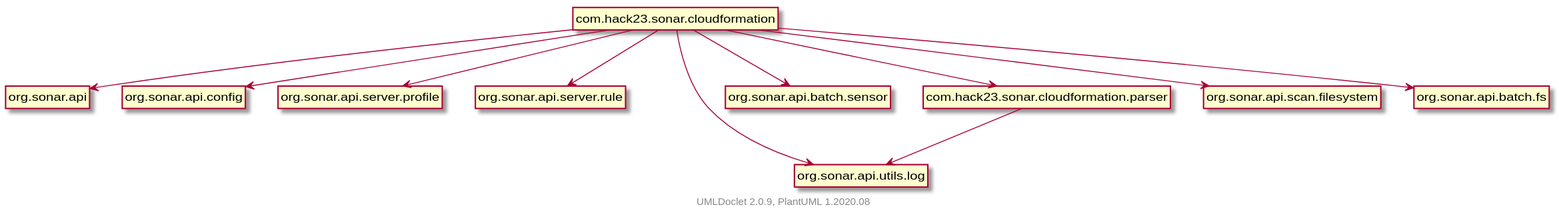
Earlier version of the PlantUML export apidocs/package-dependencies.svg (Hack23/sonar-cloudformation-plugin). Its diagram source:
```plantuml
@startuml
    set namespaceSeparator none
    hide circle
    hide empty fields
    hide empty methods

    com.hack23.sonar.cloudformation --> org.sonar.api
    com.hack23.sonar.cloudformation --> org.sonar.api.config
    com.hack23.sonar.cloudformation --> org.sonar.api.server.profile
    com.hack23.sonar.cloudformation --> org.sonar.api.server.rule
    com.hack23.sonar.cloudformation --> org.sonar.api.utils.log
    com.hack23.sonar.cloudformation --> org.sonar.api.batch.sensor
    com.hack23.sonar.cloudformation --> com.hack23.sonar.cloudformation.parser
    com.hack23.sonar.cloudformation --> org.sonar.api.scan.filesystem
    com.hack23.sonar.cloudformation --> org.sonar.api.batch.fs
    com.hack23.sonar.cloudformation.parser --> org.sonar.api.utils.log

    class "com.hack23.sonar.cloudformation" [[com/hack23/sonar/cloudformation/package-summary.html]] {
    }
    class "com.hack23.sonar.cloudformation.parser" [[com/hack23/sonar/cloudformation/parser/package-summary.html]] {
    }

    center footer UMLDoclet 2.0.9, PlantUML 1.2020.08
@enduml
```
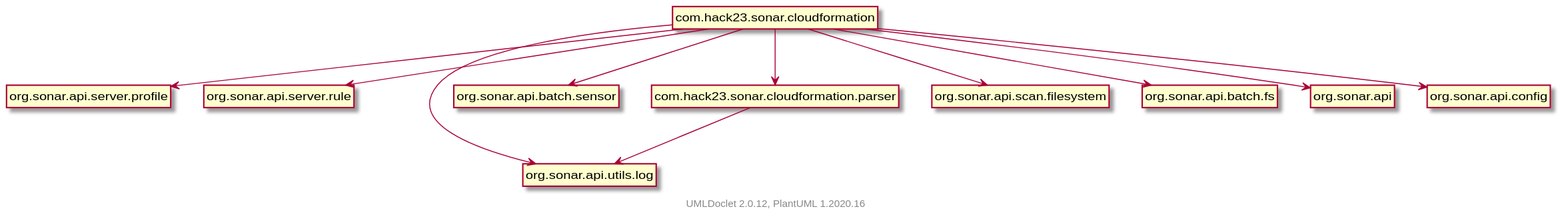
Above is the later version.

What changed in the source:
```diff
@@ -4,8 +4,6 @@
     hide empty fields
     hide empty methods
 
-    com.hack23.sonar.cloudformation --> org.sonar.api
-    com.hack23.sonar.cloudformation --> org.sonar.api.config
     com.hack23.sonar.cloudformation --> org.sonar.api.server.profile
     com.hack23.sonar.cloudformation --> org.sonar.api.server.rule
     com.hack23.sonar.cloudformation --> org.sonar.api.utils.log
@@ -13,6 +11,8 @@
     com.hack23.sonar.cloudformation --> com.hack23.sonar.cloudformation.parser
     com.hack23.sonar.cloudformation --> org.sonar.api.scan.filesystem
     com.hack23.sonar.cloudformation --> org.sonar.api.batch.fs
+    com.hack23.sonar.cloudformation --> org.sonar.api
+    com.hack23.sonar.cloudformation --> org.sonar.api.config
     com.hack23.sonar.cloudformation.parser --> org.sonar.api.utils.log
 
     class "com.hack23.sonar.cloudformation" [[com/hack23/sonar/cloudformation/package-summary.html]] {
@@ -20,5 +20,5 @@
     class "com.hack23.sonar.cloudformation.parser" [[com/hack23/sonar/cloudformation/parser/package-summary.html]] {
     }
 
-    center footer UMLDoclet 2.0.9, PlantUML 1.2020.08
+    center footer UMLDoclet 2.0.12, PlantUML 1.2020.16
 @enduml
```
